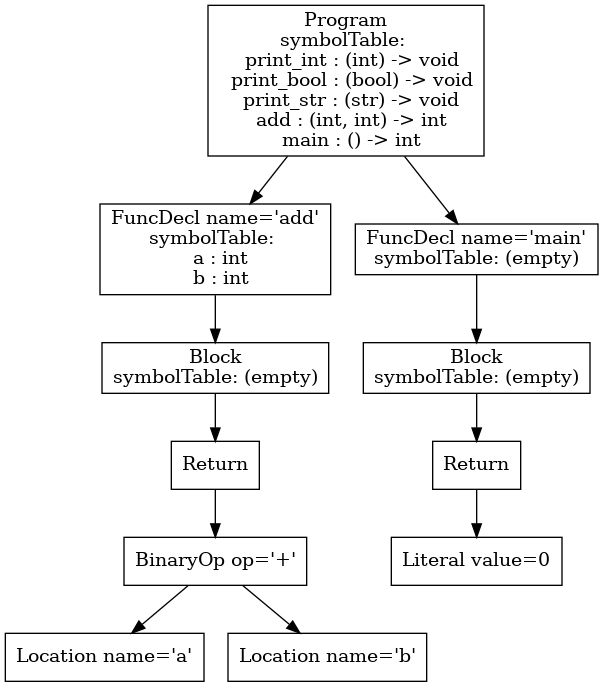
Earlier version of the Graphviz export p3-analysis/tree.png (dada1802/cs432-project). Its source is kept beside it as p3-analysis/tree.dot.
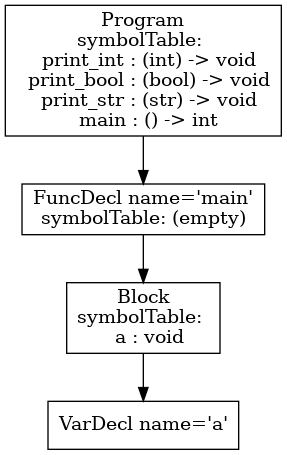
The same file after the commit.

Diff of the diagram source:
```diff
@@ -1,23 +1,9 @@
 digraph AST {
-5 [shape=box, label="Location name='a'"];
-6 [shape=box, label="Location name='b'"];
-4 [shape=box, label="BinaryOp op='+'"];
-4 -> 5;
-4 -> 6;
-3 [shape=box, label="Return"];
-3 -> 4;
-2 [shape=box, label="Block\nsymbolTable: (empty)"];
+3 [shape=box, label="VarDecl name='a'"];
+2 [shape=box, label="Block\nsymbolTable: \n  a : void"];
 2 -> 3;
-1 [shape=box, label="FuncDecl name='add'\nsymbolTable: \n  a : int\n  b : int"];
+1 [shape=box, label="FuncDecl name='main'\nsymbolTable: (empty)"];
 1 -> 2;
-10 [shape=box, label="Literal value=0"];
-9 [shape=box, label="Return"];
-9 -> 10;
-8 [shape=box, label="Block\nsymbolTable: (empty)"];
-8 -> 9;
-7 [shape=box, label="FuncDecl name='main'\nsymbolTable: (empty)"];
-7 -> 8;
-0 [shape=box, label="Program\nsymbolTable: \n  print_int : (int) -> void\n  print_bool : (bool) -> void\n  print_str : (str) -> void\n  add : (int, int) -> int\n  main : () -> int"];
+0 [shape=box, label="Program\nsymbolTable: \n  print_int : (int) -> void\n  print_bool : (bool) -> void\n  print_str : (str) -> void\n  main : () -> int"];
 0 -> 1;
-0 -> 7;
 }
```
